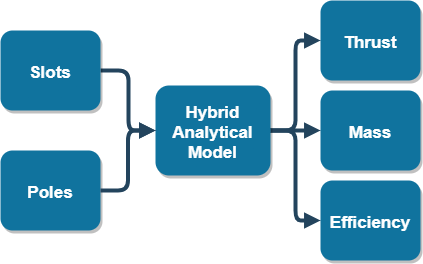
Above: SupportingDocs/Diagrams/Images/PerformanceParameters.png in MichaelThamm/masters-thesis (draw.io), before the change. Source tidied: cells renumbered, new cells last; positions are measured from the earlier drawing's top-left corner, leaving out a move shared by most shapes. Its diagram source:
```xml
<mxGraphModel>
  <root>
    <mxCell id="0" />
    <mxCell id="1" parent="0" />
    <mxCell id="2" style="edgeStyle=elbowEdgeStyle;strokeWidth=4;endArrow=block;endFill=1;fontStyle=1;strokeColor=#23445D;entryX=0;entryY=0.5;entryDx=0;entryDy=0;exitX=1;exitY=0.5;exitDx=0;exitDy=0;" parent="1" edge="1" source="5" target="8">
      <mxGeometry x="-910" y="-197.2" as="geometry" />
    </mxCell>
    <mxCell id="3" style="edgeStyle=elbowEdgeStyle;strokeWidth=4;endArrow=block;endFill=1;fontStyle=1;strokeColor=#23445D;entryX=0;entryY=0.5;entryDx=0;entryDy=0;exitX=1;exitY=0.5;exitDx=0;exitDy=0;" parent="1" edge="1" source="5" target="6">
      <mxGeometry x="-900" y="-187.2" as="geometry" />
    </mxCell>
    <mxCell id="4" style="edgeStyle=elbowEdgeStyle;strokeWidth=4;endArrow=block;endFill=1;fontStyle=1;strokeColor=#23445D;entryX=0;entryY=0.5;entryDx=0;entryDy=0;exitX=1;exitY=0.5;exitDx=0;exitDy=0;" parent="1" edge="1" source="5" target="7">
      <mxGeometry x="-930" y="-37.2" as="geometry" />
    </mxCell>
    <mxCell id="5" value="Hybrid&#10;Analytical&#10;Model" style="rounded=1;fillColor=#10739E;strokeColor=none;shadow=1;gradientColor=none;fontStyle=1;fontColor=#FFFFFF;fontSize=17;" parent="1" vertex="1">
      <mxGeometry x="155" y="85" width="115" height="90" as="geometry" />
    </mxCell>
    <mxCell id="6" value="Thrust" style="rounded=1;fillColor=#10739E;strokeColor=none;shadow=1;gradientColor=none;fontStyle=1;fontColor=#FFFFFF;fontSize=17;" parent="1" vertex="1">
      <mxGeometry x="320" width="100" height="80" as="geometry" />
    </mxCell>
    <mxCell id="7" value="Efficiency" style="rounded=1;fillColor=#10739E;strokeColor=none;shadow=1;gradientColor=none;fontStyle=1;fontColor=#FFFFFF;fontSize=17;" parent="1" vertex="1">
      <mxGeometry x="320" y="180" width="100" height="80" as="geometry" />
    </mxCell>
    <mxCell id="8" value="Mass" style="rounded=1;fillColor=#10739E;strokeColor=none;shadow=1;gradientColor=none;fontStyle=1;fontColor=#FFFFFF;fontSize=17;" parent="1" vertex="1">
      <mxGeometry x="320" y="90" width="100" height="80" as="geometry" />
    </mxCell>
    <mxCell id="9" style="edgeStyle=elbowEdgeStyle;strokeWidth=4;endArrow=block;endFill=1;fontStyle=1;strokeColor=#23445D;entryX=0;entryY=0.5;entryDx=0;entryDy=0;exitX=1;exitY=0.5;exitDx=0;exitDy=0;" parent="1" edge="1" source="10" target="5">
      <mxGeometry x="-920" y="-207.2" as="geometry" />
    </mxCell>
    <mxCell id="10" value="Slots" style="rounded=1;fillColor=#10739E;strokeColor=none;shadow=1;gradientColor=none;fontStyle=1;fontColor=#FFFFFF;fontSize=17;" parent="1" vertex="1">
      <mxGeometry y="30" width="100" height="80" as="geometry" />
    </mxCell>
    <mxCell id="11" value="Poles" style="rounded=1;fillColor=#10739E;strokeColor=none;shadow=1;gradientColor=none;fontStyle=1;fontColor=#FFFFFF;fontSize=17;" parent="1" vertex="1">
      <mxGeometry y="150" width="100" height="80" as="geometry" />
    </mxCell>
    <mxCell id="12" style="edgeStyle=orthogonalEdgeStyle;elbow=vertical;strokeWidth=4;endArrow=block;endFill=1;fontStyle=1;strokeColor=#23445D;entryX=0;entryY=0.5;entryDx=0;entryDy=0;exitX=1;exitY=0.5;exitDx=0;exitDy=0;" parent="1" edge="1" source="11" target="5">
      <mxGeometry x="-990" y="-770" as="geometry" />
    </mxCell>
  </root>
</mxGraphModel>
```
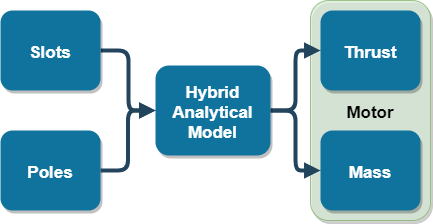
The same diagram one commit later.

Change to the diagram source:
```diff
@@ -2,26 +2,23 @@
   <root>
     <mxCell id="0" />
     <mxCell id="1" parent="0" />
+    <mxCell id="13" value="Motor" style="rounded=1;fillColor=#d5e8d4;strokeColor=#82b366;shadow=1;fontStyle=1;fontSize=17;opacity=75;" parent="1" vertex="1">
+      <mxGeometry x="310" y="20" width="120" height="220" as="geometry" />
+    </mxCell>
     <mxCell id="2" style="edgeStyle=elbowEdgeStyle;strokeWidth=4;endArrow=block;endFill=1;fontStyle=1;strokeColor=#23445D;entryX=0;entryY=0.5;entryDx=0;entryDy=0;exitX=1;exitY=0.5;exitDx=0;exitDy=0;" parent="1" edge="1" source="5" target="8">
       <mxGeometry x="-910" y="-197.2" as="geometry" />
     </mxCell>
     <mxCell id="3" style="edgeStyle=elbowEdgeStyle;strokeWidth=4;endArrow=block;endFill=1;fontStyle=1;strokeColor=#23445D;entryX=0;entryY=0.5;entryDx=0;entryDy=0;exitX=1;exitY=0.5;exitDx=0;exitDy=0;" parent="1" edge="1" source="5" target="6">
       <mxGeometry x="-900" y="-187.2" as="geometry" />
     </mxCell>
-    <mxCell id="4" style="edgeStyle=elbowEdgeStyle;strokeWidth=4;endArrow=block;endFill=1;fontStyle=1;strokeColor=#23445D;entryX=0;entryY=0.5;entryDx=0;entryDy=0;exitX=1;exitY=0.5;exitDx=0;exitDy=0;" parent="1" edge="1" source="5" target="7">
-      <mxGeometry x="-930" y="-37.2" as="geometry" />
-    </mxCell>
     <mxCell id="5" value="Hybrid&#10;Analytical&#10;Model" style="rounded=1;fillColor=#10739E;strokeColor=none;shadow=1;gradientColor=none;fontStyle=1;fontColor=#FFFFFF;fontSize=17;" parent="1" vertex="1">
       <mxGeometry x="155" y="85" width="115" height="90" as="geometry" />
     </mxCell>
     <mxCell id="6" value="Thrust" style="rounded=1;fillColor=#10739E;strokeColor=none;shadow=1;gradientColor=none;fontStyle=1;fontColor=#FFFFFF;fontSize=17;" parent="1" vertex="1">
-      <mxGeometry x="320" width="100" height="80" as="geometry" />
+      <mxGeometry x="320" y="30" width="100" height="80" as="geometry" />
     </mxCell>
-    <mxCell id="7" value="Efficiency" style="rounded=1;fillColor=#10739E;strokeColor=none;shadow=1;gradientColor=none;fontStyle=1;fontColor=#FFFFFF;fontSize=17;" parent="1" vertex="1">
-      <mxGeometry x="320" y="180" width="100" height="80" as="geometry" />
-    </mxCell>
     <mxCell id="8" value="Mass" style="rounded=1;fillColor=#10739E;strokeColor=none;shadow=1;gradientColor=none;fontStyle=1;fontColor=#FFFFFF;fontSize=17;" parent="1" vertex="1">
-      <mxGeometry x="320" y="90" width="100" height="80" as="geometry" />
+      <mxGeometry x="320" y="150" width="100" height="80" as="geometry" />
     </mxCell>
     <mxCell id="9" style="edgeStyle=elbowEdgeStyle;strokeWidth=4;endArrow=block;endFill=1;fontStyle=1;strokeColor=#23445D;entryX=0;entryY=0.5;entryDx=0;entryDy=0;exitX=1;exitY=0.5;exitDx=0;exitDy=0;" parent="1" edge="1" source="10" target="5">
       <mxGeometry x="-920" y="-207.2" as="geometry" />
```
